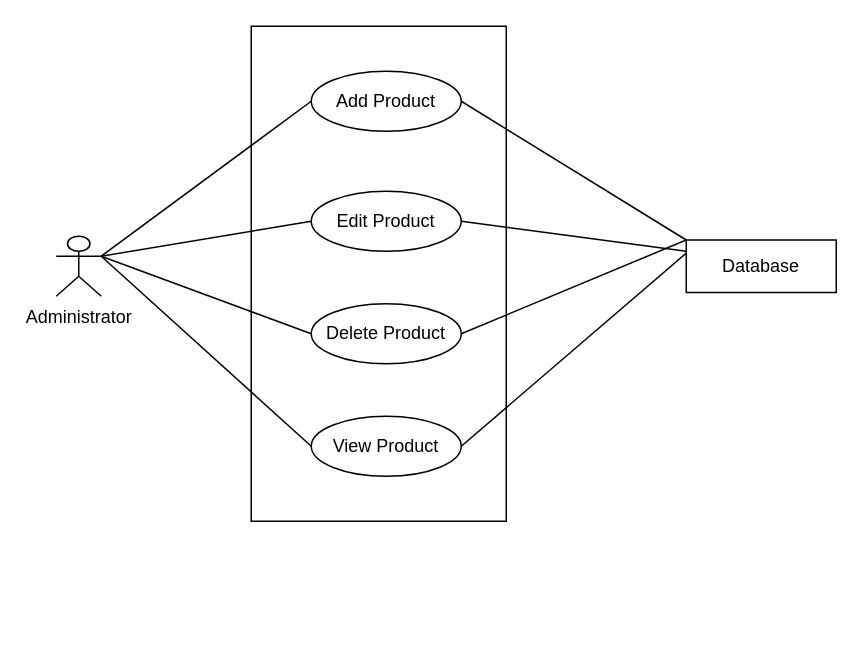
Earlier version of the draw.io diagram Software-Requirement-Specification/Use-Case-Diagrams/Level-1.3.drawio (fiercePanda007/SPL2-EcommerceWebApp). Source tidied: cells renumbered, new cells numbered last; positions are measured from the earlier drawing's top-left corner, leaving out a move shared by most shapes. Both pictures are drawn from the tidied source at 150%, with x=0, y=0 at pixel (56, 26).
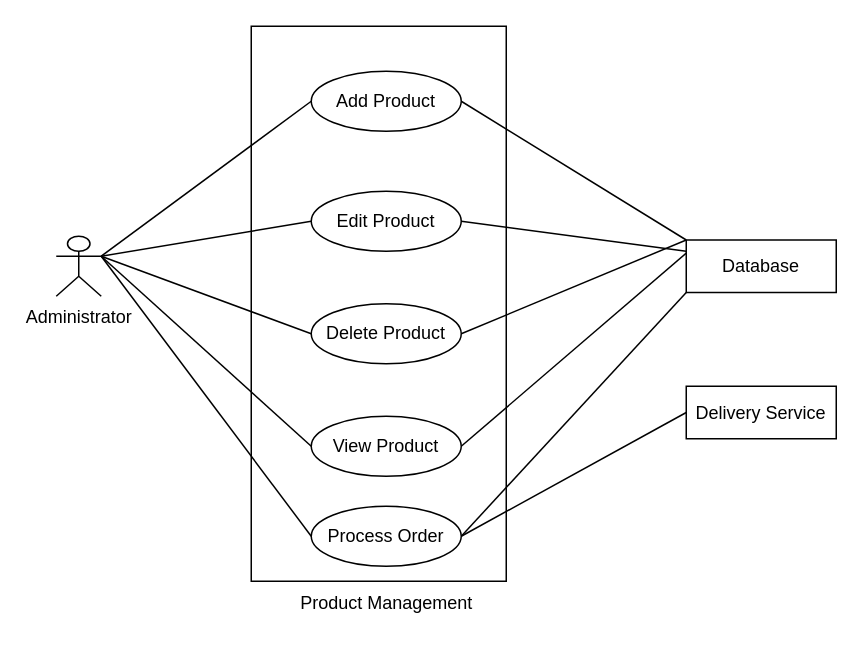
The same page after the edit.

The change refers to these unchanged cells:
```xml
<mxCell id="15" value="Database" style="rounded=0;whiteSpace=wrap;html=1;" parent="1" vertex="1">
  <mxGeometry x="420" y="142.5" width="100" height="35" as="geometry" />
</mxCell>
<mxCell id="16" value="Administrator" style="shape=umlActor;verticalLabelPosition=bottom;verticalAlign=top;html=1;outlineConnect=0;" parent="1" vertex="1">
  <mxGeometry y="140" width="30" height="40" as="geometry" />
</mxCell>
```

Change to the diagram source:
```diff
@@
     <mxCell id="2" style="rounded=0;whiteSpace=wrap;html=1;" parent="1" vertex="1">
-      <mxGeometry x="130" width="170" height="330" as="geometry" />
+      <mxGeometry x="130" width="170" height="370" as="geometry" />
     </mxCell>
@@
+    <mxCell id="17" style="edgeStyle=none;html=1;exitX=1;exitY=0.3333333333333333;exitDx=0;exitDy=0;exitPerimeter=0;entryX=0;entryY=0.5;entryDx=0;entryDy=0;endArrow=none;endFill=0;" parent="1" edge="1" source="16" target="21">
+      <mxGeometry relative="1" as="geometry" />
+    </mxCell>
@@
+    <mxCell id="18" value="Product Management" style="text;html=1;align=center;verticalAlign=middle;strokeColor=none;fillColor=none;" parent="1" vertex="1">
+      <mxGeometry x="150" y="370" width="140" height="30" as="geometry" />
+    </mxCell>
+    <mxCell id="19" style="edgeStyle=none;html=1;exitX=1;exitY=0.5;exitDx=0;exitDy=0;entryX=0;entryY=1;entryDx=0;entryDy=0;endArrow=none;endFill=0;" parent="1" edge="1" source="21" target="15">
+      <mxGeometry relative="1" as="geometry" />
+    </mxCell>
+    <mxCell id="20" style="edgeStyle=none;html=1;exitX=1;exitY=0.5;exitDx=0;exitDy=0;entryX=0;entryY=0.5;entryDx=0;entryDy=0;endArrow=none;endFill=0;" parent="1" edge="1" source="21" target="22">
+      <mxGeometry relative="1" as="geometry" />
+    </mxCell>
+    <mxCell id="21" value="Process Order" style="ellipse;whiteSpace=wrap;html=1;" parent="1" vertex="1">
+      <mxGeometry x="170" y="320" width="100" height="40" as="geometry" />
+    </mxCell>
+    <mxCell id="22" value="Delivery Service" style="rounded=0;whiteSpace=wrap;html=1;" parent="1" vertex="1">
+      <mxGeometry x="420" y="240" width="100" height="35" as="geometry" />
+    </mxCell>
```
